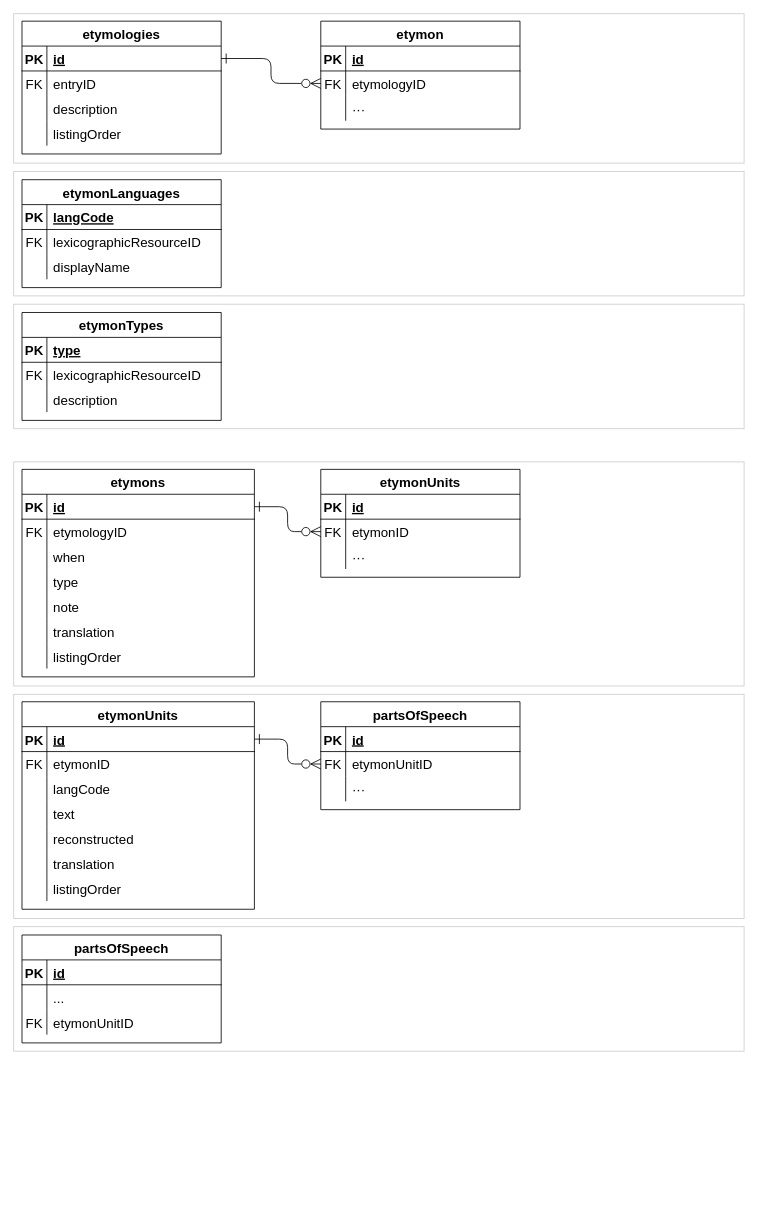
Earlier version of the draw.io diagram dmlex-v1.0/specification/modules/etymology/databaseDiagrams/diagrams.drawio (oasis-tcs/lexidma). Source tidied: cells renumbered, new cells numbered last; positions are measured from the earlier drawing's top-left corner, leaving out a move shared by most shapes. Both pictures are drawn from the tidied source at 83%, with x=0, y=0 at pixel (13, 13).
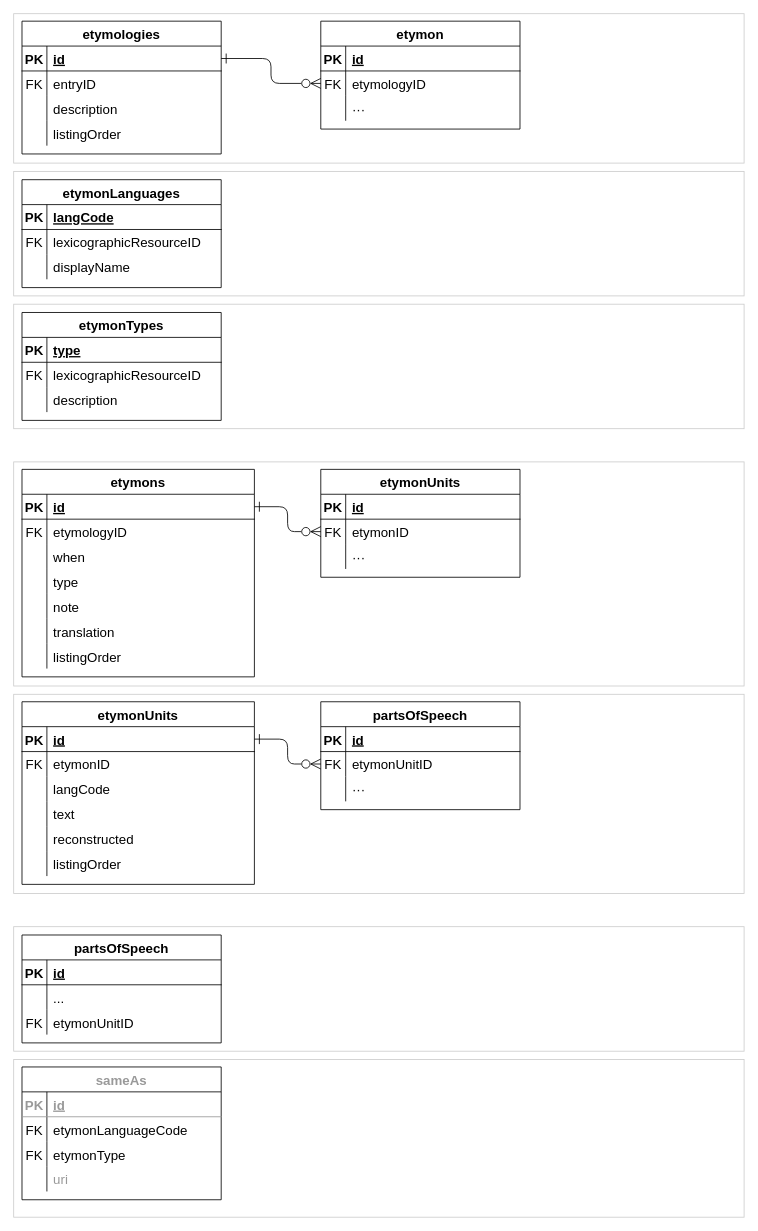
The same diagram, later.

Commit message (it also covers changes not shown here):
update database diagrams and RDB serialisation

Change to the diagram source:
```diff
@@
     <mxCell id="83" style="rounded=0;whiteSpace=wrap;html=1;strokeColor=#CCCCCC;" parent="1" vertex="1">
-      <mxGeometry y="820" width="880" height="270" as="geometry" />
+      <mxGeometry y="820" width="880" height="240" as="geometry" />
     </mxCell>
     <mxCell id="84" value="etymonUnits" style="shape=table;startSize=30;childLayout=tableLayout;rowLines=0;fontStyle=1;align=center;fontSize=16;" parent="1" vertex="1">
-      <mxGeometry x="10" y="829" width="280" height="250" as="geometry" />
+      <mxGeometry x="10" y="829" width="280" height="220" as="geometry" />
     </mxCell>
@@
-    <mxCell id="100" style="shape=tableRow;horizontal=0;startSize=0;swimlaneHead=0;swimlaneBody=0;fillColor=none;top=0;left=0;right=0;bottom=0;fontSize=16;" parent="84" vertex="1">
-      <mxGeometry y="180" width="280" height="30" as="geometry" />
-    </mxCell>
-    <mxCell id="101" style="shape=partialRectangle;fillColor=none;top=0;left=0;bottom=0;right=0;overflow=hidden;fontSize=16;" parent="100" vertex="1">
-      <mxGeometry width="30" height="30" as="geometry" />
-    </mxCell>
-    <mxCell id="102" value="translation" style="shape=partialRectangle;fillColor=none;top=0;left=0;bottom=0;right=0;align=left;spacingLeft=6;overflow=hidden;fontSize=16;" parent="100" vertex="1">
-      <mxGeometry x="30" width="250" height="30" as="geometry" />
-    </mxCell>
     <mxCell id="103" style="shape=tableRow;horizontal=0;startSize=0;swimlaneHead=0;swimlaneBody=0;fillColor=none;top=0;left=0;right=0;bottom=0;fontSize=16;" parent="84" vertex="1">
-      <mxGeometry y="210" width="280" height="30" as="geometry" />
+      <mxGeometry y="180" width="280" height="30" as="geometry" />
     </mxCell>
@@
+    <mxCell id="128" style="rounded=0;whiteSpace=wrap;html=1;strokeColor=#CCCCCC;" parent="1" vertex="1">
+      <mxGeometry y="1260" width="880" height="190" as="geometry" />
+    </mxCell>
+    <mxCell id="129" value="sameAs" style="shape=table;startSize=30;childLayout=tableLayout;rowLines=0;fontStyle=1;align=center;fontSize=16;fontColor=#999999;" parent="1" vertex="1">
+      <mxGeometry x="10" y="1269" width="240" height="160" as="geometry" />
+    </mxCell>
+    <mxCell id="130" style="shape=tableRow;horizontal=0;startSize=0;swimlaneHead=0;swimlaneBody=0;fillColor=none;top=0;left=0;right=0;bottom=1;fontSize=16;strokeColor=#999999;fontColor=#999999;" parent="129" vertex="1">
+      <mxGeometry y="30" width="240" height="30" as="geometry" />
+    </mxCell>
+    <mxCell id="131" value="PK" style="shape=partialRectangle;fillColor=none;top=0;left=0;bottom=0;right=0;fontStyle=1;overflow=hidden;fontSize=16;strokeColor=#999999;fontColor=#999999;" parent="130" vertex="1">
+      <mxGeometry width="30" height="30" as="geometry" />
+    </mxCell>
+    <mxCell id="132" value="id" style="shape=partialRectangle;fillColor=none;top=0;left=0;bottom=0;right=0;align=left;spacingLeft=6;fontStyle=5;overflow=hidden;fontSize=16;strokeColor=#999999;fontColor=#999999;" parent="130" vertex="1">
+      <mxGeometry x="30" width="210" height="30" as="geometry" />
+    </mxCell>
+    <mxCell id="133" style="shape=tableRow;horizontal=0;startSize=0;swimlaneHead=0;swimlaneBody=0;fillColor=none;top=0;left=0;right=0;bottom=0;fontSize=16;" parent="129" vertex="1">
+      <mxGeometry y="60" width="240" height="30" as="geometry" />
+    </mxCell>
+    <mxCell id="134" value="FK" style="shape=partialRectangle;fillColor=none;top=0;left=0;bottom=0;right=0;overflow=hidden;fontSize=16;" parent="133" vertex="1">
+      <mxGeometry width="30" height="30" as="geometry" />
+    </mxCell>
+    <mxCell id="135" value="etymonLanguageCode" style="shape=partialRectangle;fillColor=none;top=0;left=0;bottom=0;right=0;align=left;spacingLeft=6;overflow=hidden;fontSize=16;" parent="133" vertex="1">
+      <mxGeometry x="30" width="210" height="30" as="geometry" />
+    </mxCell>
+    <mxCell id="136" style="shape=tableRow;horizontal=0;startSize=0;swimlaneHead=0;swimlaneBody=0;fillColor=none;top=0;left=0;right=0;bottom=0;fontSize=16;fontColor=#000000;" parent="129" vertex="1">
+      <mxGeometry y="90" width="240" height="30" as="geometry" />
+    </mxCell>
+    <mxCell id="137" value="FK" style="shape=partialRectangle;fillColor=none;top=0;left=0;bottom=0;right=0;overflow=hidden;fontSize=16;fontColor=#000000;" parent="136" vertex="1">
+      <mxGeometry width="30" height="30" as="geometry" />
+    </mxCell>
+    <mxCell id="138" value="etymonType" style="shape=partialRectangle;fillColor=none;top=0;left=0;bottom=0;right=0;align=left;spacingLeft=6;overflow=hidden;fontSize=16;fontColor=#000000;" parent="136" vertex="1">
+      <mxGeometry x="30" width="210" height="30" as="geometry" />
+    </mxCell>
+    <mxCell id="139" style="shape=tableRow;horizontal=0;startSize=0;swimlaneHead=0;swimlaneBody=0;fillColor=none;top=0;left=0;right=0;bottom=0;fontSize=16;strokeColor=#999999;fontColor=#999999;" parent="129" vertex="1">
+      <mxGeometry y="120" width="240" height="30" as="geometry" />
+    </mxCell>
+    <mxCell id="140" style="shape=partialRectangle;fillColor=none;top=0;left=0;bottom=0;right=0;overflow=hidden;fontSize=16;strokeColor=#999999;fontColor=#999999;" parent="139" vertex="1">
+      <mxGeometry width="30" height="30" as="geometry" />
+    </mxCell>
+    <mxCell id="141" value="uri" style="shape=partialRectangle;fillColor=none;top=0;left=0;bottom=0;right=0;align=left;spacingLeft=6;overflow=hidden;fontSize=16;strokeColor=#999999;fontColor=#999999;" parent="139" vertex="1">
+      <mxGeometry x="30" width="210" height="30" as="geometry" />
+    </mxCell>
```
